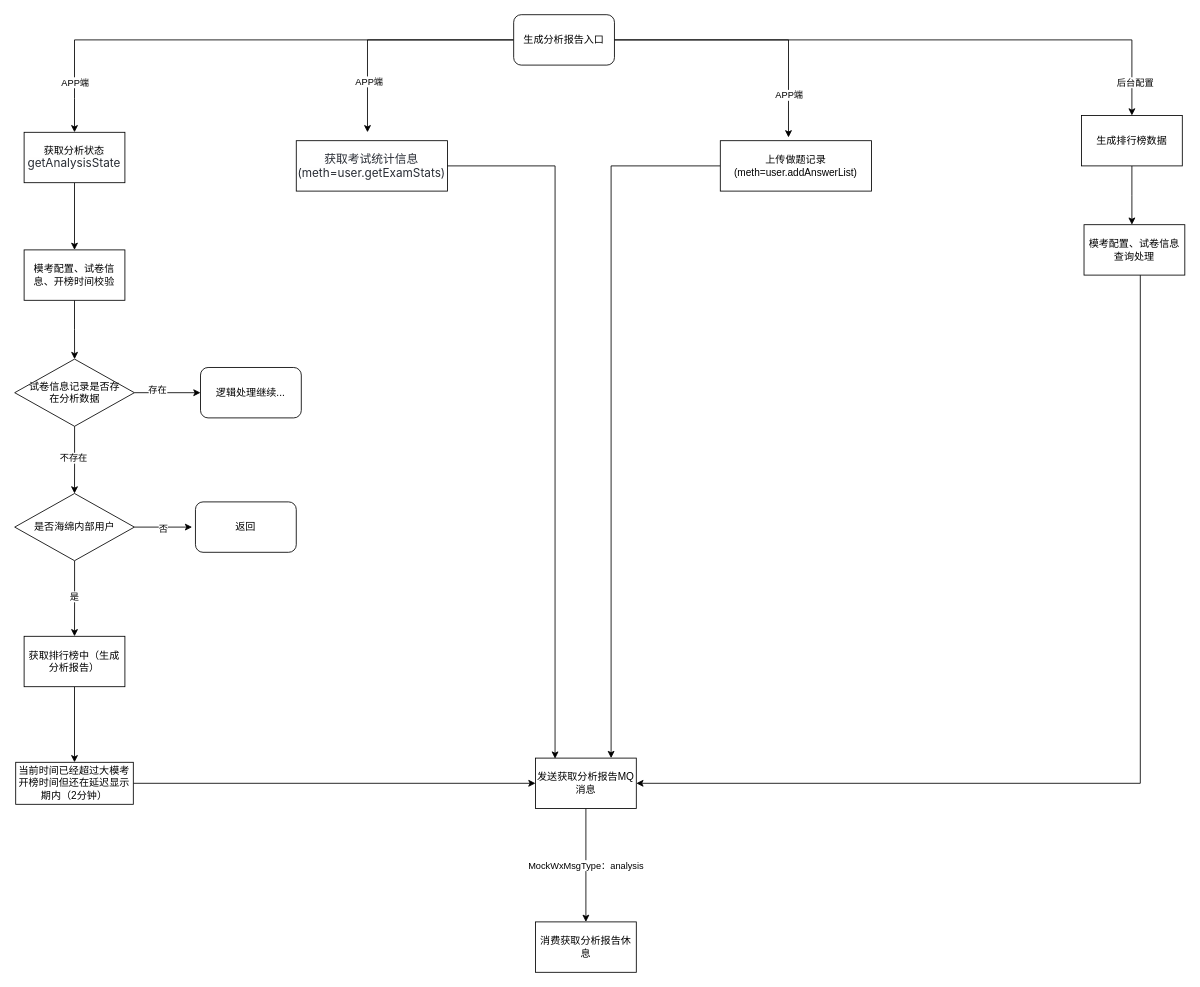
YYB1024/myRemoteRepo keeps this draw.io diagram as 海绵业务流程图/分析报告.drawio. Above is the earlier version. Source tidied: cells renumbered, new cells numbered last; positions are measured from the earlier drawing's top-left corner, leaving out a move shared by most shapes. Both pictures are drawn from the tidied source at 84%, with x=0, y=0 at pixel (14, 14).
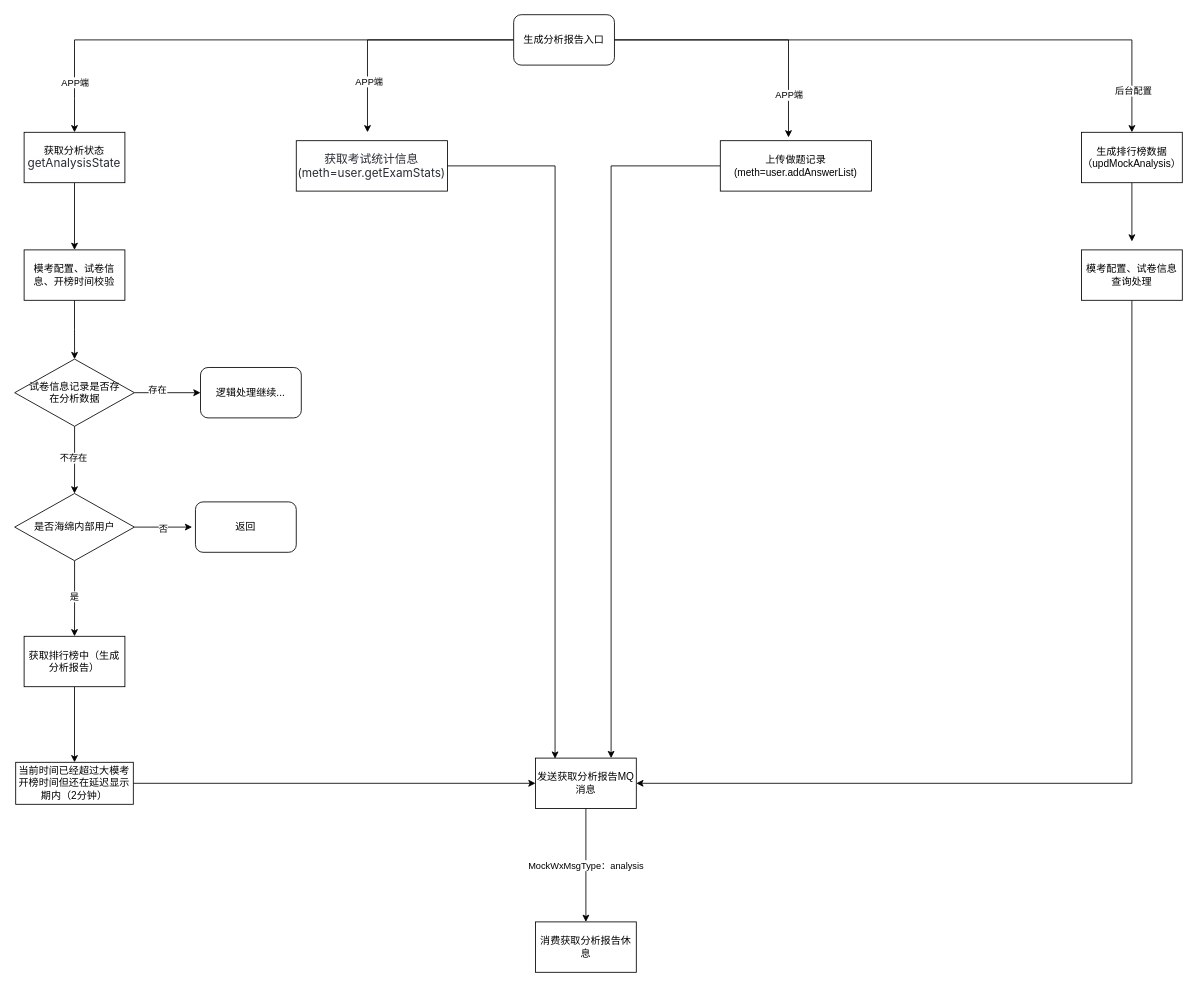
The same diagram, later.

Commit message (it also covers changes not shown here):
更新分析报告.drawio

The change refers to these unchanged cells:
```xml
<mxCell id="4" style="edgeStyle=orthogonalEdgeStyle;rounded=0;jettySize=auto;html=1;entryX=0.5;entryY=0;entryDx=0;entryDy=0;" parent="1" edge="1" source="8" target="12">
  <mxGeometry relative="1" as="geometry" />
</mxCell>
<mxCell id="30" value="发送获取分析报告MQ消息" style="whiteSpace=wrap;html=1;rounded=0;" parent="1" vertex="1">
  <mxGeometry x="620" y="885" width="120" height="60" as="geometry" />
</mxCell>
```

The edit, as a diff of the source:
```diff
@@
     <mxCell id="5" value="后台配置" style="edgeLabel;html=1;align=center;verticalAlign=middle;" parent="4" vertex="1">
       <mxGeometry x="0.44" y="2" relative="1" as="geometry">
-        <mxPoint x="111" y="52" as="offset" />
+        <mxPoint x="94" y="62" as="offset" />
       </mxGeometry>
     </mxCell>
@@
     <mxCell id="11" style="edgeStyle=orthogonalEdgeStyle;rounded=0;jettySize=auto;html=1;" parent="1" edge="1" source="12">
       <mxGeometry relative="1" as="geometry">
-        <mxPoint x="1330" y="250" as="targetPoint" />
+        <mxPoint x="1330" y="270" as="targetPoint" />
       </mxGeometry>
     </mxCell>
-    <mxCell id="12" value="生成排行榜数据" style="rounded=0;whiteSpace=wrap;html=1;" parent="1" vertex="1">
-      <mxGeometry x="1270" y="120" width="120" height="60" as="geometry" />
+    <mxCell id="12" value="生成排行榜数据&lt;br&gt;（updMockAnalysis）" style="rounded=0;whiteSpace=wrap;html=1;" parent="1" vertex="1">
+      <mxGeometry x="1270" y="140" width="120" height="60" as="geometry" />
     </mxCell>
@@
     <mxCell id="34" style="edgeStyle=orthogonalEdgeStyle;rounded=0;jettySize=auto;html=1;entryX=1;entryY=0.5;entryDx=0;entryDy=0;" parent="1" edge="1" source="35" target="30">
       <mxGeometry relative="1" as="geometry">
         <Array as="points">
-          <mxPoint x="1340" y="915" />
+          <mxPoint x="1330" y="915" />
         </Array>
       </mxGeometry>
     </mxCell>
     <mxCell id="35" value="模考配置、试卷信息查询处理" style="whiteSpace=wrap;html=1;rounded=0;" parent="1" vertex="1">
-      <mxGeometry x="1273" y="250" width="120" height="60" as="geometry" />
+      <mxGeometry x="1270" y="280" width="120" height="60" as="geometry" />
     </mxCell>
```
